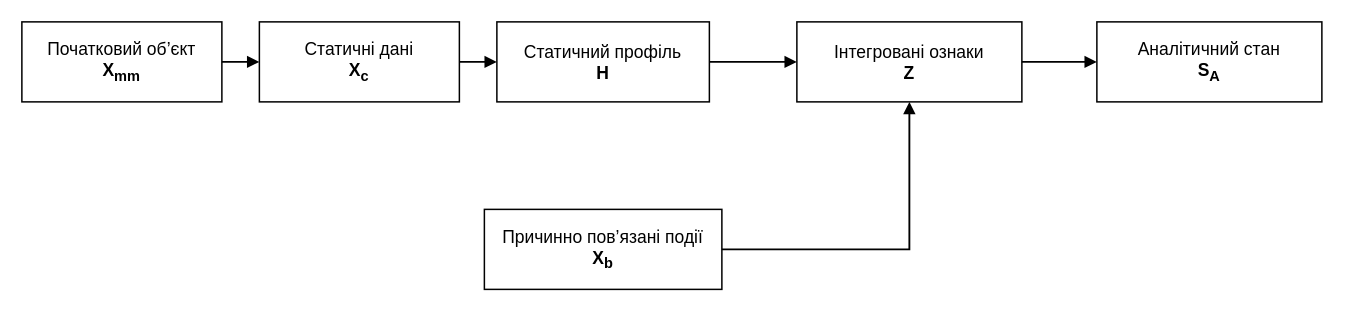
The draw.io diagram title/figures_drawio/fig_3_1_process_organization.drawio in oleksandrmelnychenko/dima-phd, before the edit. Source tidied: cells renumbered, new cells numbered last; positions are measured from the earlier drawing's top-left corner, leaving out a move shared by most shapes. Both pictures are drawn from the tidied source at 125%, with x=0, y=0 at pixel (21, 21).
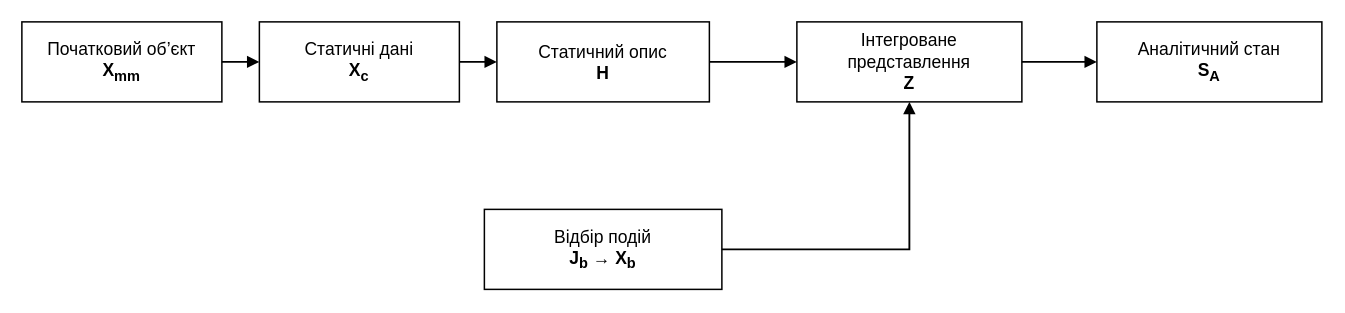
After the change.

The edit, as a diff of the source:
```diff
@@
 <mxGraphModel>
   <root>
     <mxCell id="0" />
     <mxCell id="1" parent="0" />
     <mxCell id="2" value="Початковий об’єкт&lt;br&gt;&lt;b&gt;X&lt;sub&gt;mm&lt;/sub&gt;&lt;/b&gt;" style="rounded=0;whiteSpace=wrap;html=1;fillColor=#ffffff;strokeColor=#000000;strokeWidth=1.2;fontColor=#000000;fontSize=14;align=center;verticalAlign=middle;spacing=8;" parent="1" vertex="1">
       <mxGeometry width="160" height="64" as="geometry" />
     </mxCell>
     <mxCell id="3" value="Статичні дані&lt;br&gt;&lt;b&gt;X&lt;sub&gt;c&lt;/sub&gt;&lt;/b&gt;" style="rounded=0;whiteSpace=wrap;html=1;fillColor=#ffffff;strokeColor=#000000;strokeWidth=1.2;fontColor=#000000;fontSize=14;align=center;verticalAlign=middle;spacing=8;" parent="1" vertex="1">
       <mxGeometry x="190" width="160" height="64" as="geometry" />
     </mxCell>
-    <mxCell id="4" value="Статичний профіль&lt;br&gt;&lt;b&gt;H&lt;/b&gt;" style="rounded=0;whiteSpace=wrap;html=1;fillColor=#ffffff;strokeColor=#000000;strokeWidth=1.2;fontColor=#000000;fontSize=14;align=center;verticalAlign=middle;spacing=8;" parent="1" vertex="1">
+    <mxCell id="4" value="Статичний опис&lt;br&gt;&lt;b&gt;H&lt;/b&gt;" style="rounded=0;whiteSpace=wrap;html=1;fillColor=#ffffff;strokeColor=#000000;strokeWidth=1.2;fontColor=#000000;fontSize=14;align=center;verticalAlign=middle;spacing=8;" parent="1" vertex="1">
       <mxGeometry x="380" width="170" height="64" as="geometry" />
     </mxCell>
-    <mxCell id="5" value="Причинно пов’язані події&lt;br&gt;&lt;b&gt;X&lt;sub&gt;b&lt;/sub&gt;&lt;/b&gt;" style="rounded=0;whiteSpace=wrap;html=1;fillColor=#ffffff;strokeColor=#000000;strokeWidth=1.2;fontColor=#000000;fontSize=14;align=center;verticalAlign=middle;spacing=8;" parent="1" vertex="1">
+    <mxCell id="5" value="Відбір подій&lt;br&gt;&lt;b&gt;J&lt;sub&gt;b&lt;/sub&gt; → X&lt;sub&gt;b&lt;/sub&gt;&lt;/b&gt;" style="rounded=0;whiteSpace=wrap;html=1;fillColor=#ffffff;strokeColor=#000000;strokeWidth=1.2;fontColor=#000000;fontSize=14;align=center;verticalAlign=middle;spacing=8;" parent="1" vertex="1">
       <mxGeometry x="370" y="150" width="190" height="64" as="geometry" />
     </mxCell>
-    <mxCell id="6" value="Інтегровані ознаки&lt;br&gt;&lt;b&gt;Z&lt;/b&gt;" style="rounded=0;whiteSpace=wrap;html=1;fillColor=#ffffff;strokeColor=#000000;strokeWidth=1.2;fontColor=#000000;fontSize=14;align=center;verticalAlign=middle;spacing=8;" parent="1" vertex="1">
+    <mxCell id="6" value="Інтегроване представлення&lt;br&gt;&lt;b&gt;Z&lt;/b&gt;" style="rounded=0;whiteSpace=wrap;html=1;fillColor=#ffffff;strokeColor=#000000;strokeWidth=1.2;fontColor=#000000;fontSize=14;align=center;verticalAlign=middle;spacing=8;" parent="1" vertex="1">
       <mxGeometry x="620" width="180" height="64" as="geometry" />
     </mxCell>
     <mxCell id="7" value="Аналітичний стан&lt;br&gt;&lt;b&gt;S&lt;sub&gt;A&lt;/sub&gt;&lt;/b&gt;" style="rounded=0;whiteSpace=wrap;html=1;fillColor=#ffffff;strokeColor=#000000;strokeWidth=1.2;fontColor=#000000;fontSize=14;align=center;verticalAlign=middle;spacing=8;" parent="1" vertex="1">
       <mxGeometry x="860" width="180" height="64" as="geometry" />
     </mxCell>
     <mxCell id="8" style="edgeStyle=orthogonalEdgeStyle;rounded=0;jettySize=auto;html=1;endArrow=block;endFill=1;strokeColor=#000000;strokeWidth=1.5;" parent="1" edge="1" source="2" target="3">
       <mxGeometry relative="1" as="geometry" />
     </mxCell>
     <mxCell id="9" style="edgeStyle=orthogonalEdgeStyle;rounded=0;jettySize=auto;html=1;endArrow=block;endFill=1;strokeColor=#000000;strokeWidth=1.5;" parent="1" edge="1" source="3" target="4">
       <mxGeometry relative="1" as="geometry" />
     </mxCell>
     <mxCell id="10" style="edgeStyle=orthogonalEdgeStyle;rounded=0;jettySize=auto;html=1;endArrow=block;endFill=1;strokeColor=#000000;strokeWidth=1.5;" parent="1" edge="1" source="4" target="6">
       <mxGeometry relative="1" as="geometry" />
     </mxCell>
     <mxCell id="11" style="edgeStyle=orthogonalEdgeStyle;rounded=0;jettySize=auto;html=1;endArrow=block;endFill=1;strokeColor=#000000;strokeWidth=1.5;exitX=1;exitY=0.5;exitDx=0;exitDy=0;entryX=0.5;entryY=1;entryDx=0;entryDy=0;" parent="1" edge="1" source="5" target="6">
       <mxGeometry relative="1" as="geometry" />
     </mxCell>
     <mxCell id="12" style="edgeStyle=orthogonalEdgeStyle;rounded=0;jettySize=auto;html=1;endArrow=block;endFill=1;strokeColor=#000000;strokeWidth=1.5;exitX=1;exitY=0.5;exitDx=0;exitDy=0;entryX=0;entryY=0.5;entryDx=0;entryDy=0;" parent="1" edge="1" source="6" target="7">
       <mxGeometry relative="1" as="geometry" />
     </mxCell>
   </root>
 </mxGraphModel>
```
